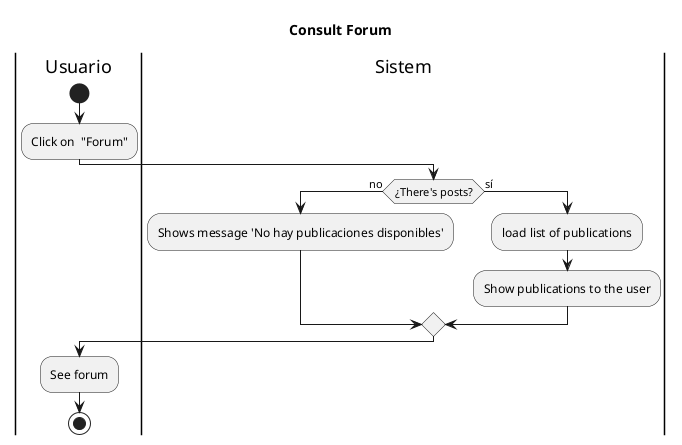
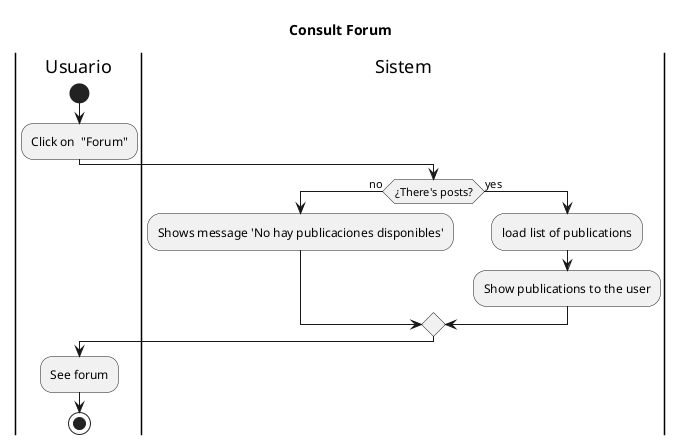
@startuml Consul_Forum
title Consult Forum

|Usuario|
start
:Click on  "Forum";

|Sistem|
if (¿There's posts?) then (no)
    :Shows message 'No hay publicaciones disponibles';
- else (sí)
+ else (yes)
    :load list of publications;
    :Show publications to the user;
endif

|Usuario|
:See forum;

stop
@enduml